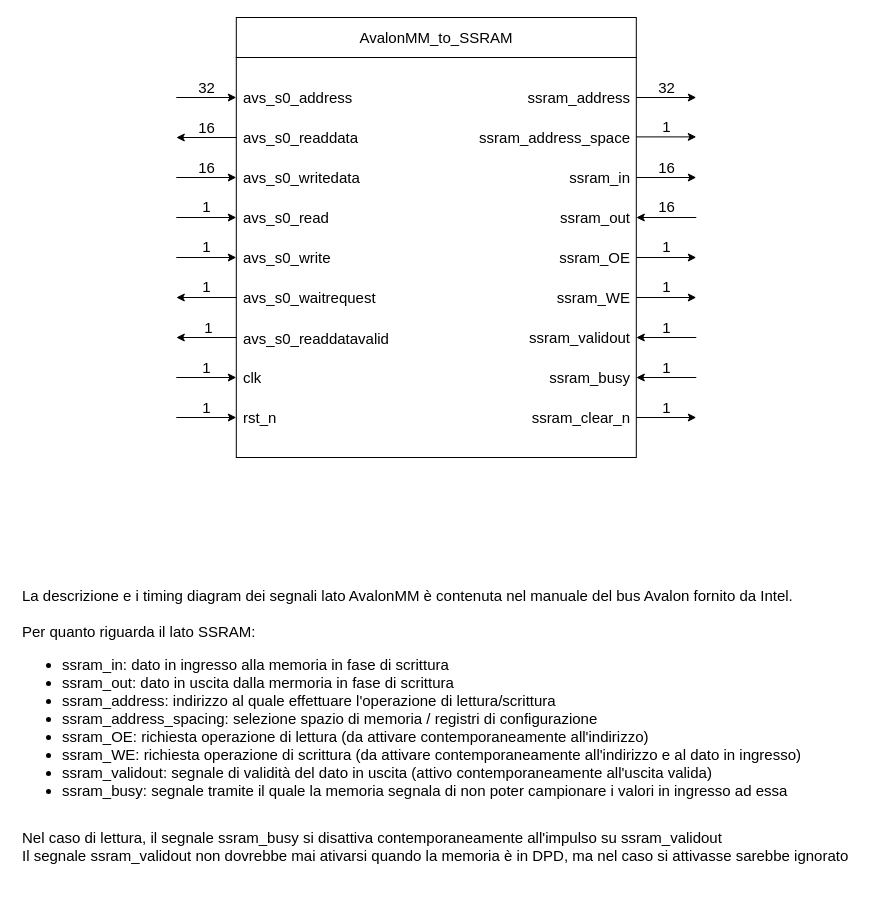
The draw.io diagram page "AvalonMM_to_SSRAM" (1 of 4) of IP_cores/AvalonMM_to_hRAM/AvalonMM_to_SSRAM_v2/rtl/AvalonMM_to_SSRAM.drawio in AndreaBononi/IP_cores, before the edit. Source tidied: cells renumbered, new cells numbered last; positions are measured from the earlier drawing's top-left corner, leaving out a move shared by most shapes. Both pictures are drawn from the tidied source at 100%, with x=0, y=0 at pixel (17, 17).
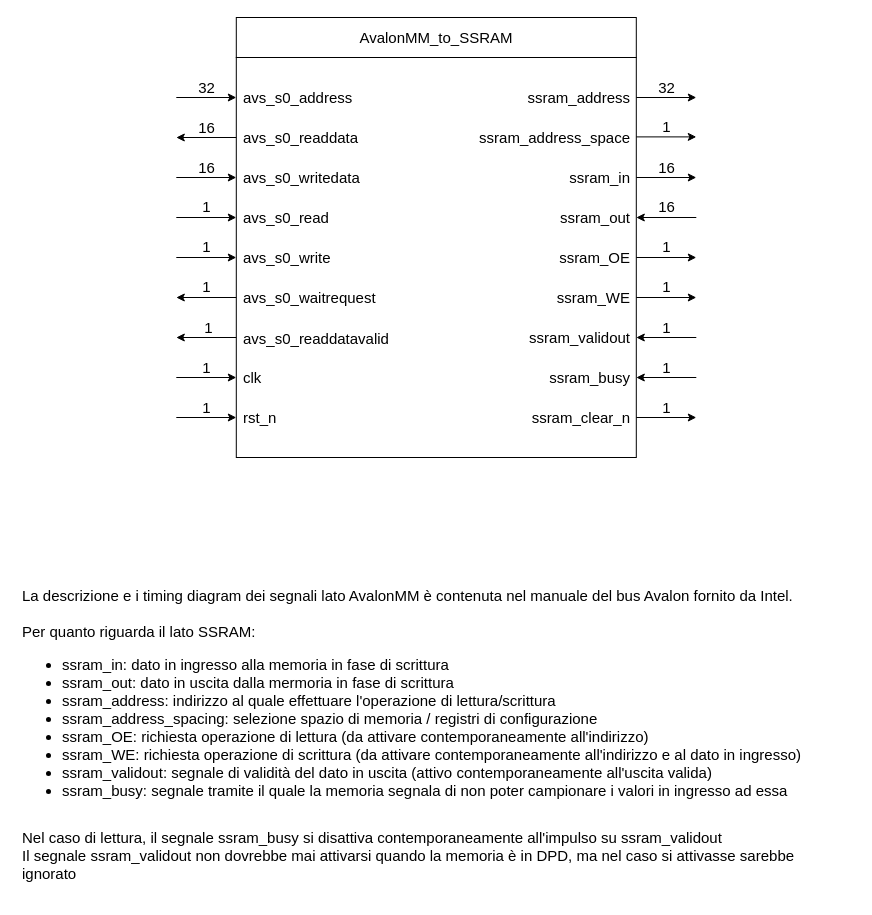
After the change.

Commit message (it also covers changes not shown here):
new version of AvalonMM to SSRAM vhdl

Change to the diagram source:
```diff
@@
-    <mxCell id="58" value="&lt;div&gt;&lt;font style=&quot;font-size: 15px;&quot;&gt;La descrizione e i timing diagram dei segnali lato AvalonMM è contenuta nel manuale del bus Avalon fornito da Intel.&lt;/font&gt;&lt;/div&gt;&lt;div&gt;&lt;font style=&quot;font-size: 15px;&quot;&gt;&lt;br&gt;&lt;/font&gt;&lt;/div&gt;&lt;div&gt;&lt;font style=&quot;font-size: 15px;&quot;&gt;Per quanto riguarda il lato SSRAM:&lt;/font&gt;&lt;/div&gt;&lt;div style=&quot;font-size: 15px;&quot;&gt;&lt;ul&gt;&lt;li&gt;ssram_in: dato in ingresso alla memoria in fase di scrittura&lt;/li&gt;&lt;li&gt;ssram_out: dato in uscita dalla mermoria in fase di scrittura&lt;/li&gt;&lt;li&gt;ssram_address: indirizzo al quale effettuare l'operazione di lettura/scrittura&lt;/li&gt;&lt;li&gt;ssram_address_spacing: selezione spazio di memoria / registri di configurazione&lt;br&gt;&lt;/li&gt;&lt;li&gt;ssram_OE: richiesta operazione di lettura (da attivare contemporaneamente all'indirizzo)&lt;/li&gt;&lt;li&gt;ssram_WE: richiesta operazione di scrittura (da attivare contemporaneamente all'indirizzo e al dato in ingresso)&lt;/li&gt;&lt;li&gt;ssram_validout: segnale di validità del dato in uscita (attivo contemporaneamente all'uscita valida)&lt;br&gt;&lt;/li&gt;&lt;li&gt;ssram_busy: segnale tramite il quale la memoria segnala di non poter campionare i valori in ingresso ad essa&lt;/li&gt;&lt;/ul&gt;&lt;/div&gt;&lt;div&gt;&lt;br&gt;&lt;/div&gt;&lt;div style=&quot;font-size: 15px;&quot;&gt;Nel caso di lettura, il segnale ssram_busy si disattiva contemporaneamente all'impulso su ssram_validout&lt;/div&gt;&lt;div style=&quot;font-size: 15px;&quot;&gt;Il segnale ssram_validout non dovrebbe mai ativarsi quando la memoria è in DPD, ma nel caso si attivasse sarebbe ignorato&lt;br&gt;&lt;/div&gt;" style="text;html=1;strokeColor=none;fillColor=none;spacing=5;spacingTop=-20;whiteSpace=wrap;overflow=hidden;rounded=0;" parent="1" vertex="1">
+    <mxCell id="58" value="&lt;div&gt;&lt;font style=&quot;font-size: 15px;&quot;&gt;La descrizione e i timing diagram dei segnali lato AvalonMM è contenuta nel manuale del bus Avalon fornito da Intel.&lt;/font&gt;&lt;/div&gt;&lt;div&gt;&lt;font style=&quot;font-size: 15px;&quot;&gt;&lt;br&gt;&lt;/font&gt;&lt;/div&gt;&lt;div&gt;&lt;font style=&quot;font-size: 15px;&quot;&gt;Per quanto riguarda il lato SSRAM:&lt;/font&gt;&lt;/div&gt;&lt;div style=&quot;font-size: 15px;&quot;&gt;&lt;ul&gt;&lt;li&gt;ssram_in: dato in ingresso alla memoria in fase di scrittura&lt;/li&gt;&lt;li&gt;ssram_out: dato in uscita dalla mermoria in fase di scrittura&lt;/li&gt;&lt;li&gt;ssram_address: indirizzo al quale effettuare l'operazione di lettura/scrittura&lt;/li&gt;&lt;li&gt;ssram_address_spacing: selezione spazio di memoria / registri di configurazione&lt;br&gt;&lt;/li&gt;&lt;li&gt;ssram_OE: richiesta operazione di lettura (da attivare contemporaneamente all'indirizzo)&lt;/li&gt;&lt;li&gt;ssram_WE: richiesta operazione di scrittura (da attivare contemporaneamente all'indirizzo e al dato in ingresso)&lt;/li&gt;&lt;li&gt;ssram_validout: segnale di validità del dato in uscita (attivo contemporaneamente all'uscita valida)&lt;br&gt;&lt;/li&gt;&lt;li&gt;ssram_busy: segnale tramite il quale la memoria segnala di non poter campionare i valori in ingresso ad essa&lt;/li&gt;&lt;/ul&gt;&lt;/div&gt;&lt;div&gt;&lt;br&gt;&lt;/div&gt;&lt;div style=&quot;font-size: 15px;&quot;&gt;Nel caso di lettura, il segnale ssram_busy si disattiva contemporaneamente all'impulso su ssram_validout&lt;/div&gt;&lt;div style=&quot;font-size: 15px;&quot;&gt;Il segnale ssram_validout non dovrebbe mai attivarsi quando la memoria è in DPD, ma nel caso si attivasse sarebbe ignorato&lt;br&gt;&lt;/div&gt;" style="text;html=1;strokeColor=none;fillColor=none;spacing=5;spacingTop=-20;whiteSpace=wrap;overflow=hidden;rounded=0;" parent="1" vertex="1">
       <mxGeometry y="580" width="837.5" height="300" as="geometry" />
     </mxCell>
```
